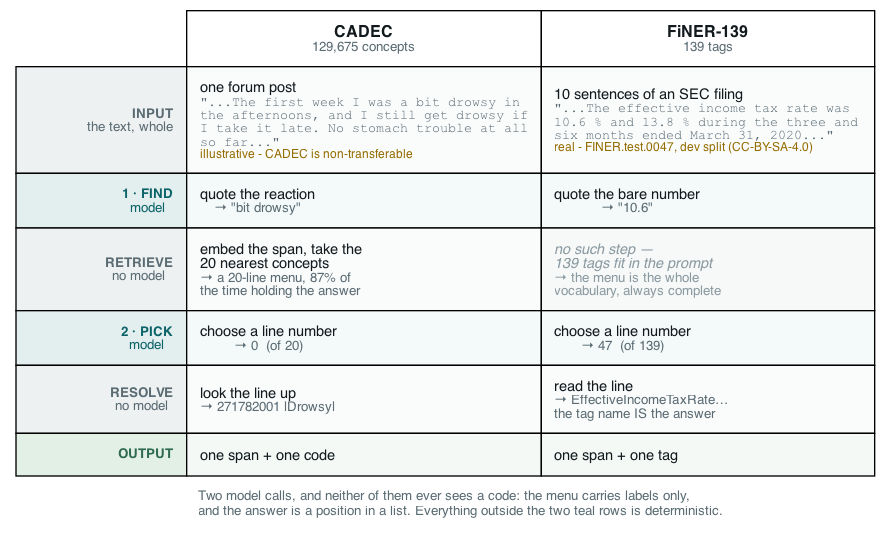
wbagais/reliability-ladder keeps this Graphviz diagram as docs/figures/fig7-pipelines.png. Above is the earlier version. Its source is kept beside it as docs/figures/fig7-pipelines.dot.
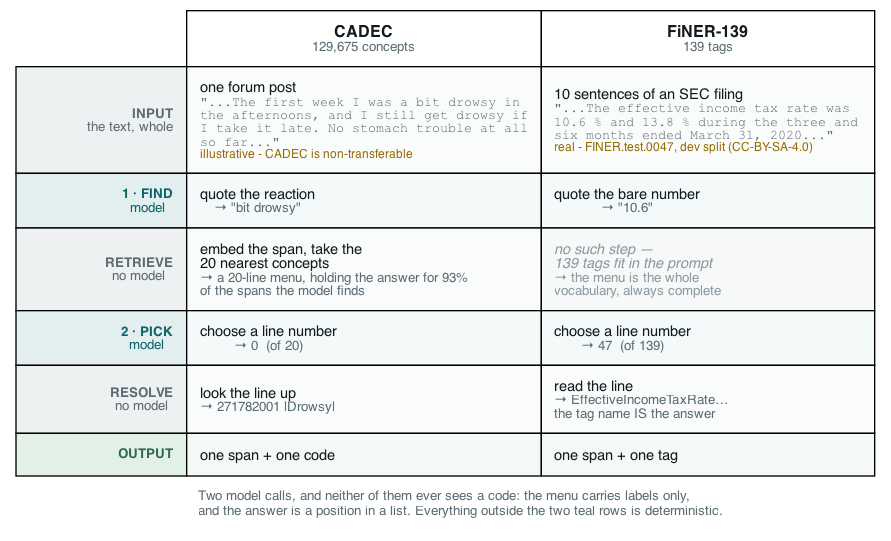
Above is the later version.

Change to the diagram source:
```diff
@@ -24,7 +24,7 @@
 
     <TR>
       <TD BGCOLOR="#eef1f2" ALIGN="RIGHT"><FONT POINT-SIZE="10.5" COLOR="#5a6b73"><B>RETRIEVE</B><BR ALIGN="RIGHT"/>no model</FONT></TD>
-      <TD BGCOLOR="#fafbfb" ALIGN="LEFT"><FONT POINT-SIZE="11.5" COLOR="#121a1e">embed the span, take the<BR ALIGN="LEFT"/>20 nearest concepts<BR ALIGN="LEFT"/></FONT><FONT POINT-SIZE="10.5" COLOR="#5a6b73">→ a 20-line menu, 87% of<BR ALIGN="LEFT"/>the time holding the answer</FONT><BR ALIGN="LEFT"/></TD>
+      <TD BGCOLOR="#fafbfb" ALIGN="LEFT"><FONT POINT-SIZE="11.5" COLOR="#121a1e">embed the span, take the<BR ALIGN="LEFT"/>20 nearest concepts<BR ALIGN="LEFT"/></FONT><FONT POINT-SIZE="10.5" COLOR="#5a6b73">→ a 20-line menu, holding the answer for 93%<BR ALIGN="LEFT"/>of the spans the model finds</FONT><BR ALIGN="LEFT"/></TD>
       <TD BGCOLOR="#f7f8f8" ALIGN="LEFT"><FONT POINT-SIZE="11.5" COLOR="#8a9aa1"><I>no such step —<BR ALIGN="LEFT"/>139 tags fit in the prompt<BR ALIGN="LEFT"/></I></FONT><FONT POINT-SIZE="10.5" COLOR="#8a9aa1">→ the menu is the whole<BR ALIGN="LEFT"/>vocabulary, always complete</FONT><BR ALIGN="LEFT"/></TD>
     </TR>
 
```
